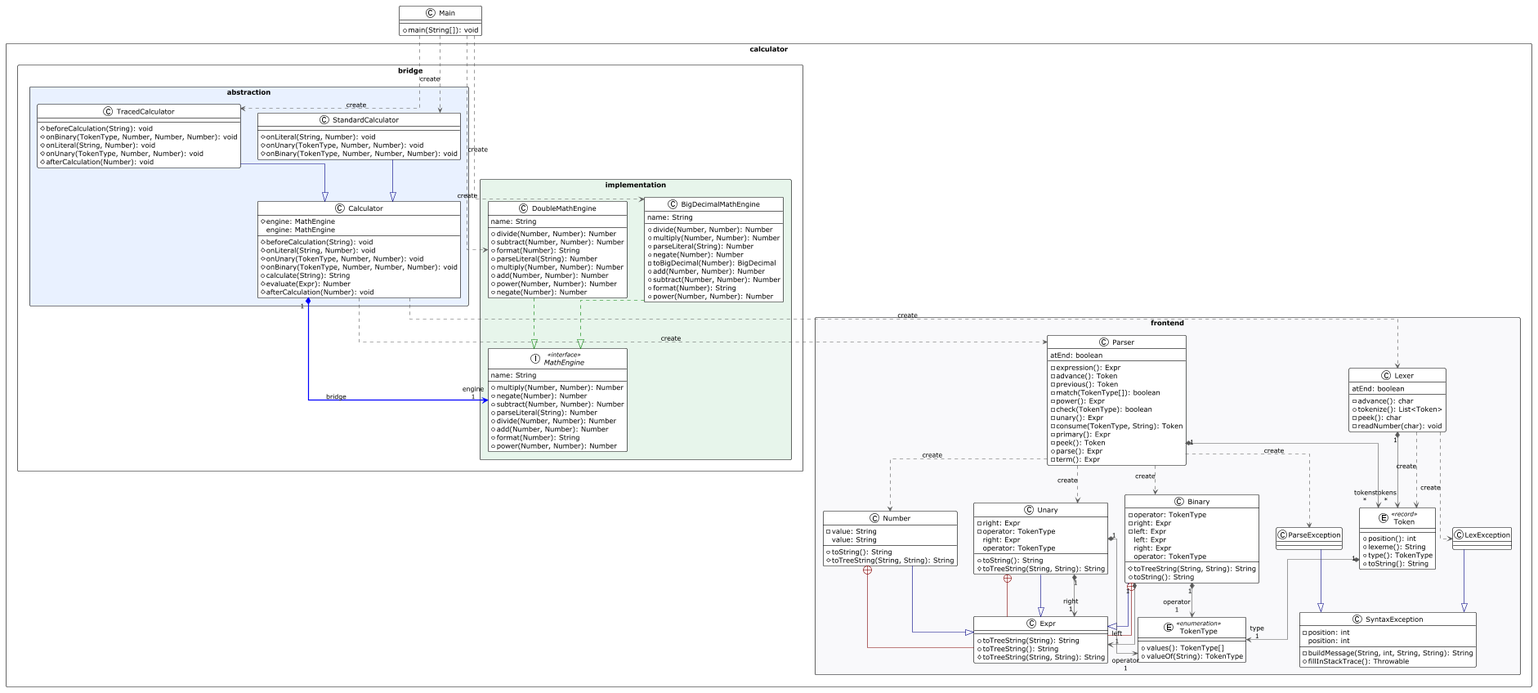
Above: docs/uml_diagram.png in SailinEast/calculator-bridge-pattern (PlantUML), before the change.
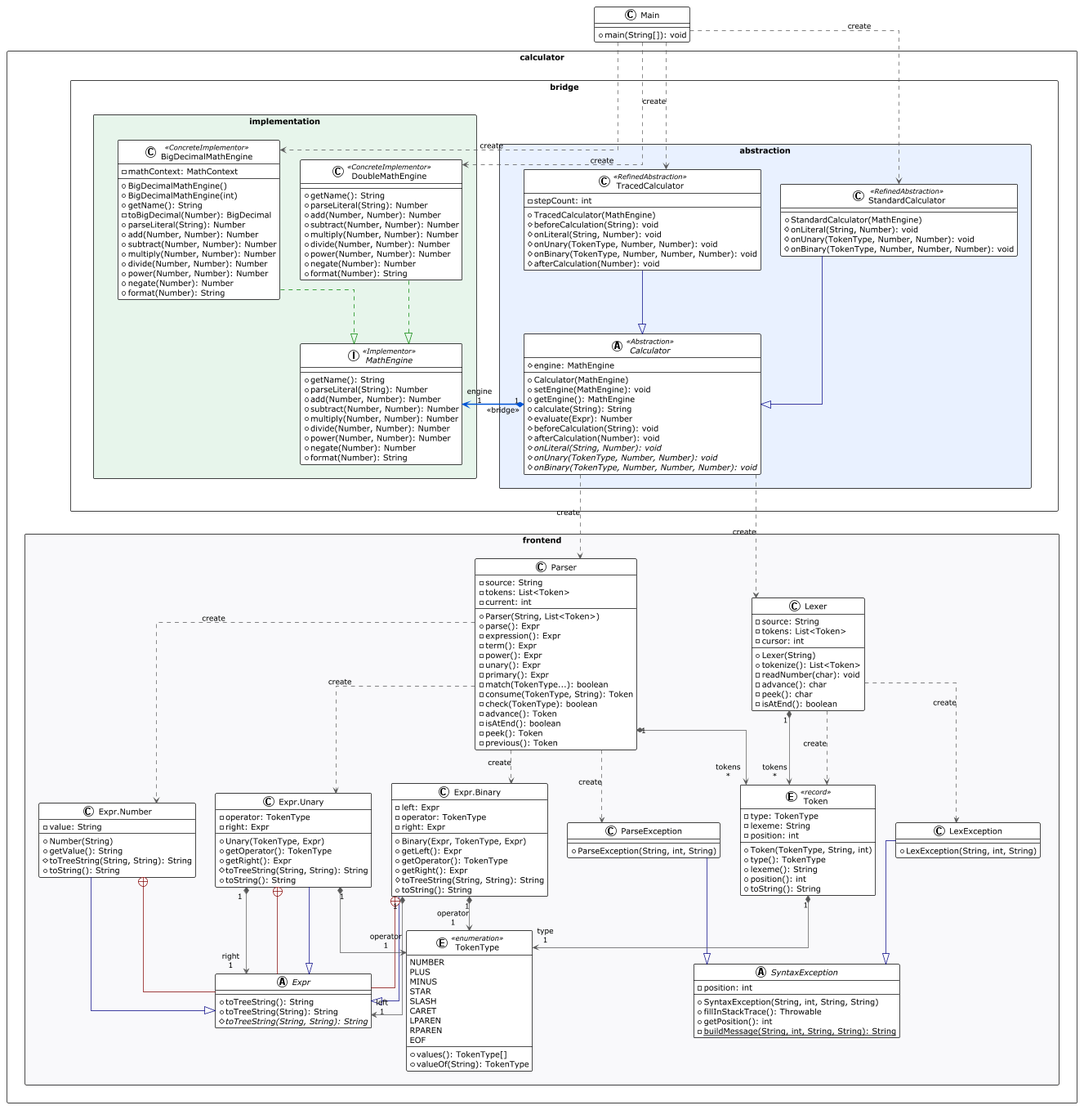
Above is the later version.

Diff of the diagram source:
```diff
@@ -6,96 +6,126 @@
 
 package "calculator.frontend" #F8F9FA {
 
-  class SyntaxException {
+  abstract class SyntaxException {
     - position: int
-    - buildMessage(String, int, String, String): String
+    + SyntaxException(String, int, String, String)
     + fillInStackTrace(): Throwable
-     position: int
+    + getPosition(): int
+    - {static} buildMessage(String, int, String, String): String
   }
 
-  class LexException
-  class ParseException
+  class LexException {
+    + LexException(String, int, String)
+  }
+
+  class ParseException {
+    + ParseException(String, int, String)
+  }
 
   LexException          -[#000082,plain]-^  SyntaxException
   ParseException        -[#000082,plain]-^  SyntaxException
 
-  class Lexer {
-    - advance(): char
-    + tokenize(): List<Token>
-    - peek(): char
-    - readNumber(char): void
-     atEnd: boolean
-  }
-
-  entity Token << record >> {
-    + position(): int
-    + lexeme(): String
-    + type(): TokenType
-    + toString(): String
-  }
-
   enum TokenType << enumeration >> {
+    NUMBER
+    PLUS
+    MINUS
+    STAR
+    SLASH
+    CARET
+    LPAREN
+    RPAREN
+    EOF
     + values(): TokenType[]
     + valueOf(String): TokenType
   }
 
-  class Parser {
-    - expression(): Expr
-    - advance(): Token
-    - previous(): Token
-    - match(TokenType[]): boolean
-    - power(): Expr
-    - check(TokenType): boolean
-    - unary(): Expr
-    - consume(TokenType, String): Token
-    - primary(): Expr
-    - peek(): Token
-    + parse(): Expr
-    - term(): Expr
-     atEnd: boolean
+  entity Token << record >> {
+    - type: TokenType
+    - lexeme: String
+    - position: int
+    + Token(TokenType, String, int)
+    + type(): TokenType
+    + lexeme(): String
+    + position(): int
+    + toString(): String
   }
 
-  class Expr {
-    + toTreeString(String): String
-    + toTreeString(): String
-    # toTreeString(String, String): String
+  class Lexer {
+    - source: String
+    - tokens: List<Token>
+    - cursor: int
+    + Lexer(String)
+    + tokenize(): List<Token>
+    - readNumber(char): void
+    - advance(): char
+    - peek(): char
+    - isAtEnd(): boolean
   }
 
-  class Binary {
+  class Parser {
+    - source: String
+    - tokens: List<Token>
+    - current: int
+    + Parser(String, List<Token>)
+    + parse(): Expr
+    - expression(): Expr
+    - term(): Expr
+    - power(): Expr
+    - unary(): Expr
+    - primary(): Expr
+    - match(TokenType...): boolean
+    - consume(TokenType, String): Token
+    - check(TokenType): boolean
+    - advance(): Token
+    - isAtEnd(): boolean
+    - peek(): Token
+    - previous(): Token
+  }
+
+  abstract class Expr {
+    + toTreeString(): String
+    + toTreeString(String): String
+    # {abstract} toTreeString(String, String): String
+  }
+
+  class "Expr.Number" as Number {
+    - value: String
+    + Number(String)
+    + getValue(): String
+    # toTreeString(String, String): String
+    + toString(): String
+  }
+
+  class "Expr.Binary" as Binary {
+    - left: Expr
     - operator: TokenType
     - right: Expr
-    - left: Expr
+    + Binary(Expr, TokenType, Expr)
+    + getLeft(): Expr
+    + getOperator(): TokenType
+    + getRight(): Expr
     # toTreeString(String, String): String
     + toString(): String
-     left: Expr
-     right: Expr
-     operator: TokenType
   }
 
-  class Number {
-    - value: String
+  class "Expr.Unary" as Unary {
+    - operator: TokenType
+    - right: Expr
+    + Unary(TokenType, Expr)
+    + getOperator(): TokenType
+    + getRight(): Expr
+    # toTreeString(String, String): String
     + toString(): String
-    # toTreeString(String, String): String
-     value: String
-  }
-
-  class Unary {
-    - right: Expr
-    - operator: TokenType
-    + toString(): String
-    # toTreeString(String, String): String
-     right: Expr
-     operator: TokenType
   }
 
   Binary                -[#000082,plain]-^  Expr
   Binary                +-[#820000,plain]-  Expr
   Binary               "1" *-[#595959,plain]-> "left\n1" Expr
   Binary               "1" *-[#595959,plain]-> "operator\n1" TokenType
+  Number                -[#000082,plain]-^  Expr
   Number                +-[#820000,plain]-  Expr
-  Number                -[#000082,plain]-^  Expr
+  Unary                 -[#000082,plain]-^  Expr
   Unary                 +-[#820000,plain]-  Expr
-  Unary                 -[#000082,plain]-^  Expr
   Unary                "1" *-[#595959,plain]-> "right\n1" Expr
   Unary                "1" *-[#595959,plain]-> "operator\n1" TokenType
   Token                "1" *-[#595959,plain]-> "type\n1" TokenType
@@ -112,29 +142,34 @@
 package "calculator.bridge" {
 
   package "abstraction" #E8F0FE {
-    class Calculator {
+    abstract class Calculator << Abstraction >> {
       # engine: MathEngine
-      # beforeCalculation(String): void
-      # onLiteral(String, Number): void
-      # onUnary(TokenType, Number, Number): void
-      # onBinary(TokenType, Number, Number, Number): void
+      + Calculator(MathEngine)
+      + setEngine(MathEngine): void
+      + getEngine(): MathEngine
       + calculate(String): String
       # evaluate(Expr): Number
+      # beforeCalculation(String): void
       # afterCalculation(Number): void
-       engine: MathEngine
+      # {abstract} onLiteral(String, Number): void
+      # {abstract} onUnary(TokenType, Number, Number): void
+      # {abstract} onBinary(TokenType, Number, Number, Number): void
     }
 
-    class StandardCalculator {
+    class StandardCalculator << RefinedAbstraction >> {
+      + StandardCalculator(MathEngine)
       # onLiteral(String, Number): void
       # onUnary(TokenType, Number, Number): void
       # onBinary(TokenType, Number, Number, Number): void
     }
 
-    class TracedCalculator {
+    class TracedCalculator << RefinedAbstraction >> {
+      - stepCount: int
+      + TracedCalculator(MathEngine)
       # beforeCalculation(String): void
-      # onBinary(TokenType, Number, Number, Number): void
       # onLiteral(String, Number): void
       # onUnary(TokenType, Number, Number): void
+      # onBinary(TokenType, Number, Number, Number): void
       # afterCalculation(Number): void
     }
 
@@ -143,53 +178,61 @@
   }
 
   package "implementation" #E6F4EA {
-    interface MathEngine << interface >> {
+    interface MathEngine << Implementor >> {
+      + getName(): String
+      + parseLiteral(String): Number
+      + add(Number, Number): Number
+      + subtract(Number, Number): Number
       + multiply(Number, Number): Number
+      + divide(Number, Number): Number
+      + power(Number, Number): Number
       + negate(Number): Number
-      + subtract(Number, Number): Number
-      + parseLiteral(String): Number
-      + divide(Number, Number): Number
-      + add(Number, Number): Number
       + format(Number): String
-      + power(Number, Number): Number
-       name: String
     }
 
-    class DoubleMathEngine {
+    class DoubleMathEngine << ConcreteImplementor >> {
+      + getName(): String
+      + parseLiteral(String): Number
+      + add(Number, Number): Number
+      + subtract(Number, Number): Number
+      + multiply(Number, Number): Number
       + divide(Number, Number): Number
-      + subtract(Number, Number): Number
-      + format(Number): String
-      + parseLiteral(String): Number
-      + multiply(Number, Number): Number
-      + add(Number, Number): Number
       + power(Number, Number): Number
       + negate(Number): Number
-       name: String
+      + format(Number): String
     }
 
-    class BigDecimalMathEngine {
-      + divide(Number, Number): Number
-      + multiply(Number, Number): Number
+    class BigDecimalMathEngine << ConcreteImplementor >> {
+      - mathContext: MathContext
+      + BigDecimalMathEngine()
+      + BigDecimalMathEngine(int)
+      + getName(): String
+      - toBigDecimal(Number): BigDecimal
       + parseLiteral(String): Number
-      + negate(Number): Number
-      - toBigDecimal(Number): BigDecimal
       + add(Number, Number): Number
       + subtract(Number, Number): Number
+      + multiply(Number, Number): Number
+      + divide(Number, Number): Number
+      + power(Number, Number): Number
+      + negate(Number): Number
       + format(Number): String
-      + power(Number, Number): Number
-       name: String
     }
 
     DoubleMathEngine      -[#008200,dashed]-^  MathEngine
     BigDecimalMathEngine  -[#008200,dashed]-^  MathEngine
   }
 
-  Calculator "1" *-[#0000FF,bold]-> "engine\n1" MathEngine : "«bridge»"
+  abstraction -[hidden]right-> implementation
+
+  Calculator "1" *-[#0055D4,bold]right-> "engine\n1" MathEngine : " «bridge» "
 }
 
 class Main {
   + main(String[]): void
 }
+
+"calculator.frontend" -[hidden]down-> "calculator.bridge"
+"calculator.bridge"   -[hidden]down-> Main
 
 Calculator            -[#595959,dashed]->  Lexer                : "«create»"
 Calculator            -[#595959,dashed]->  Parser               : "«create»"
```
